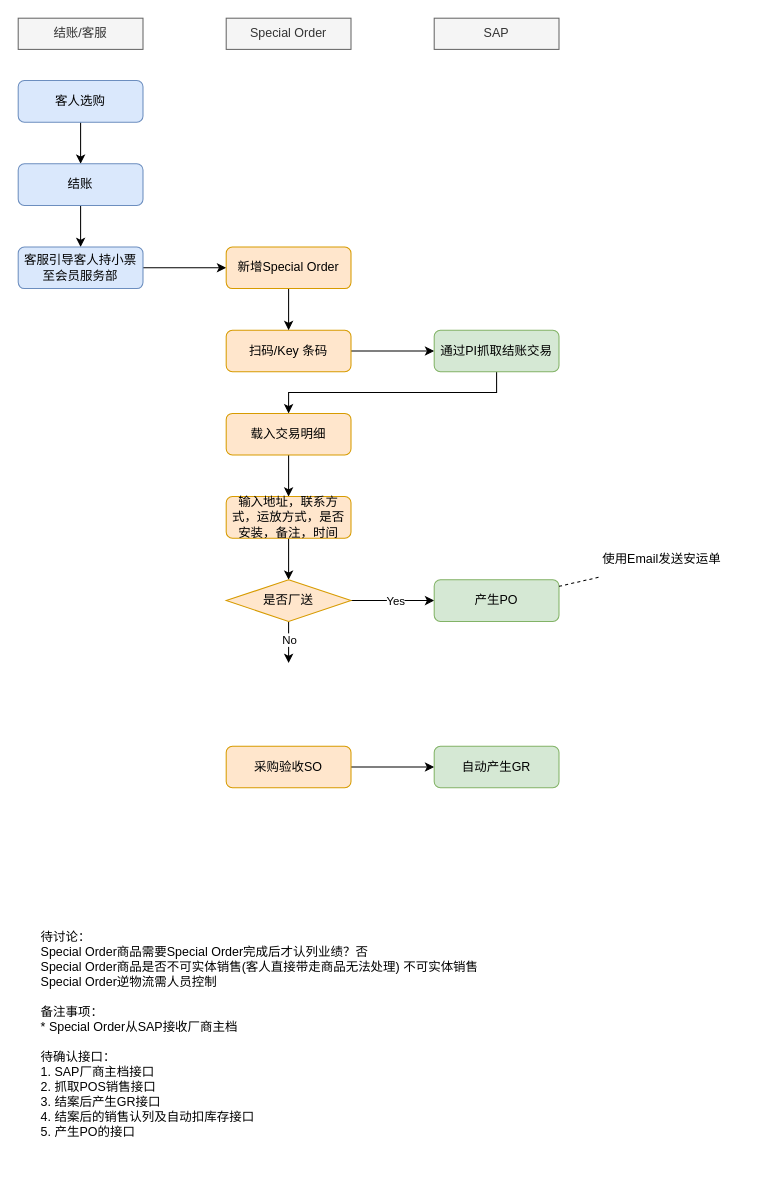
Above: Special Order.drawio in luss613/draw.io (draw.io), before the change. Source tidied: cells renumbered, new cells numbered last; positions are measured from the earlier drawing's top-left corner, leaving out a move shared by most shapes. Both pictures are drawn from the tidied source at 104%, with x=0, y=0 at pixel (18, 18).
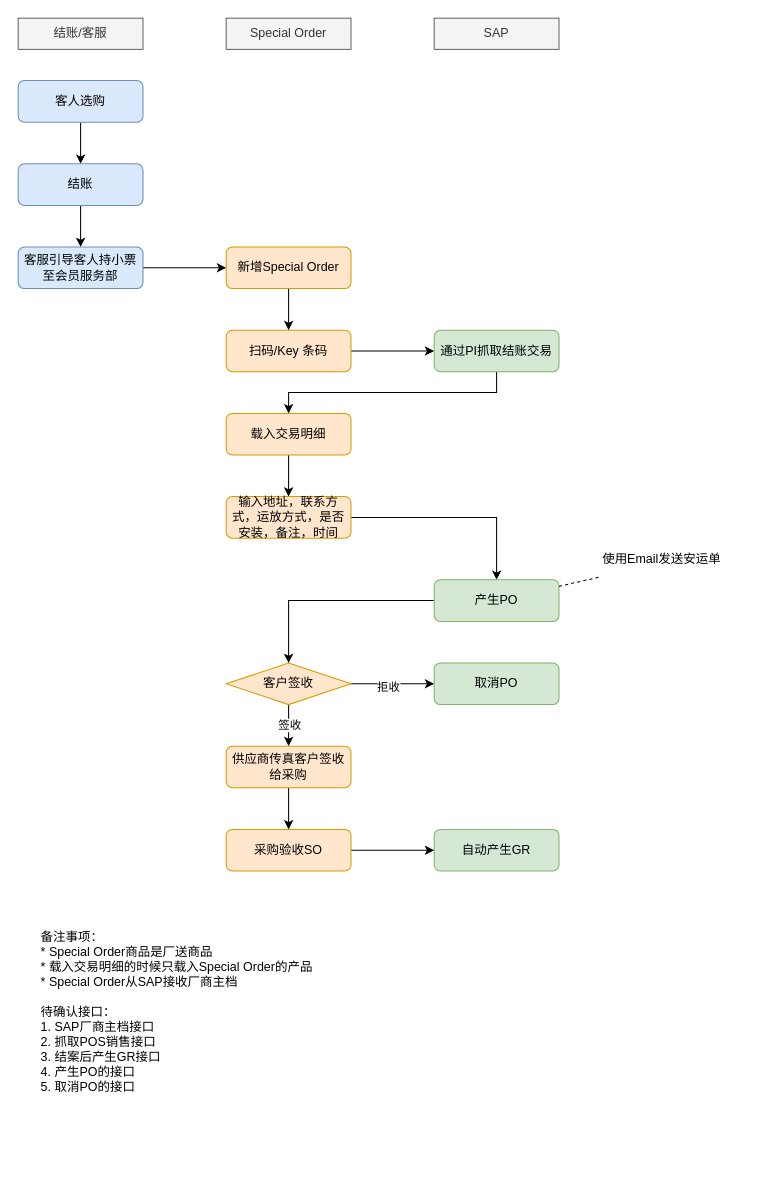
The same page after the edit.

Unchanged cells that the change refers to:
```xml
<mxCell id="17" value="输入地址，联系方式，运放方式，是否安装，备注，时间" style="rounded=1;whiteSpace=wrap;html=1;fontSize=12;glass=0;strokeWidth=1;shadow=0;fillColor=#ffe6cc;strokeColor=#d79b00;" parent="1" vertex="1">
  <mxGeometry x="200" y="460" width="120" height="40" as="geometry" />
</mxCell>
<mxCell id="23" value="产生PO" style="rounded=1;whiteSpace=wrap;html=1;fontSize=12;glass=0;strokeWidth=1;shadow=0;fillColor=#d5e8d4;strokeColor=#82b366;" parent="1" vertex="1">
  <mxGeometry x="400" y="540" width="120" height="40" as="geometry" />
</mxCell>
```

Diff of the diagram source:
```diff
@@
-    <mxCell id="16" style="edgeStyle=orthogonalEdgeStyle;rounded=0;jettySize=auto;html=1;" parent="1" edge="1" source="17" target="22">
+    <mxCell id="16" style="edgeStyle=orthogonalEdgeStyle;rounded=0;jettySize=auto;html=1;" parent="1" edge="1" source="17" target="23">
       <mxGeometry relative="1" as="geometry" />
     </mxCell>
@@
-    <mxCell id="18" style="edgeStyle=orthogonalEdgeStyle;rounded=0;jettySize=auto;html=1;" parent="1" edge="1" source="22" target="23">
-      <mxGeometry relative="1" as="geometry" />
-    </mxCell>
-    <mxCell id="19" value="Yes" style="edgeLabel;html=1;align=center;verticalAlign=middle;" parent="18" vertex="1">
-      <mxGeometry x="0.05" relative="1" as="geometry" />
-    </mxCell>
-    <mxCell id="20" style="edgeStyle=orthogonalEdgeStyle;rounded=0;jettySize=auto;html=1;" parent="1" edge="1" source="22">
-      <mxGeometry relative="1" as="geometry">
-        <mxPoint x="260" y="620" as="targetPoint" />
-      </mxGeometry>
-    </mxCell>
-    <mxCell id="21" value="No" style="edgeLabel;html=1;align=center;verticalAlign=middle;" parent="20" vertex="1">
-      <mxGeometry x="-0.15" relative="1" as="geometry" />
-    </mxCell>
+    <mxCell id="33" style="edgeStyle=orthogonalEdgeStyle;rounded=0;jettySize=auto;html=1;exitX=1;exitY=0.5;exitDx=0;exitDy=0;" parent="1" edge="1" source="22" target="38">
+      <mxGeometry relative="1" as="geometry" />
+    </mxCell>
+    <mxCell id="34" value="拒收" style="edgeLabel;html=1;align=center;verticalAlign=middle;" parent="33" vertex="1">
+      <mxGeometry x="-0.12" y="-2" relative="1" as="geometry" />
+    </mxCell>
+    <mxCell id="35" style="edgeStyle=orthogonalEdgeStyle;rounded=0;jettySize=auto;html=1;" parent="1" edge="1" source="22" target="27">
+      <mxGeometry relative="1" as="geometry" />
+    </mxCell>
+    <mxCell id="36" value="签收" style="edgeLabel;html=1;align=center;verticalAlign=middle;" parent="35" vertex="1">
+      <mxGeometry x="-0.05" relative="1" as="geometry" />
+    </mxCell>
-    <mxCell id="22" value="是否厂送" style="rhombus;whiteSpace=wrap;html=1;fillColor=#ffe6cc;strokeColor=#d79b00;" parent="1" vertex="1">
-      <mxGeometry x="200" y="540" width="120" height="40" as="geometry" />
+    <mxCell id="22" value="客户签收" style="rhombus;whiteSpace=wrap;html=1;fillColor=#ffe6cc;strokeColor=#d79b00;" parent="1" vertex="1">
+      <mxGeometry x="200" y="620" width="120" height="40" as="geometry" />
     </mxCell>
+    <mxCell id="37" style="edgeStyle=orthogonalEdgeStyle;rounded=0;jettySize=auto;html=1;" parent="1" edge="1" source="23" target="22">
+      <mxGeometry relative="1" as="geometry" />
+    </mxCell>
@@
-    <mxCell id="26" style="edgeStyle=orthogonalEdgeStyle;rounded=0;jettySize=auto;html=1;" parent="1" edge="1" source="27" target="28">
-      <mxGeometry relative="1" as="geometry" />
+    <mxCell id="26" style="edgeStyle=orthogonalEdgeStyle;rounded=0;jettySize=auto;html=1;" parent="1" edge="1" source="27">
+      <mxGeometry relative="1" as="geometry">
+        <mxPoint x="260" y="780" as="targetPoint" />
+      </mxGeometry>
     </mxCell>
-    <mxCell id="27" value="采购验收SO" style="rounded=1;whiteSpace=wrap;html=1;fontSize=12;glass=0;strokeWidth=1;shadow=0;fillColor=#ffe6cc;strokeColor=#d79b00;" parent="1" vertex="1">
+    <mxCell id="27" value="供应商传真客户签收给采购" style="rounded=1;whiteSpace=wrap;html=1;fontSize=12;glass=0;strokeWidth=1;shadow=0;fillColor=#ffe6cc;strokeColor=#d79b00;" parent="1" vertex="1">
       <mxGeometry x="200" y="700" width="120" height="40" as="geometry" />
     </mxCell>
     <mxCell id="28" value="自动产生GR" style="rounded=1;whiteSpace=wrap;html=1;fontSize=12;glass=0;strokeWidth=1;shadow=0;fillColor=#d5e8d4;strokeColor=#82b366;" parent="1" vertex="1">
-      <mxGeometry x="400" y="700" width="120" height="40" as="geometry" />
+      <mxGeometry x="400" y="780" width="120" height="40" as="geometry" />
     </mxCell>
-    <mxCell id="29" value="待讨论：&lt;br&gt;Special Order商品需要Special Order完成后才认列业绩？否&lt;br&gt;Special Order商品是否不可实体销售(客人直接带走商品无法处理) 不可实体销售&lt;br&gt;Special Order逆物流需人员控制&amp;nbsp;&lt;br&gt;&lt;br&gt;备注事项：&lt;br&gt;* Special Order从SAP接收厂商主档&lt;br&gt;&lt;br&gt;待确认接口：&lt;br&gt;1. SAP厂商主档接口&lt;br&gt;2. 抓取POS销售接口&lt;br&gt;3. 结案后产生GR接口&lt;br&gt;4. 结案后的销售认列及自动扣库存接口&lt;br&gt;5. 产生PO的接口" style="text;html=1;strokeColor=none;fillColor=none;align=left;verticalAlign=top;whiteSpace=wrap;rounded=0;" parent="1" vertex="1">
+    <mxCell id="29" value="备注事项：&lt;br&gt;* Special Order商品是厂送商品&lt;br&gt;* 载入交易明细的时候只载入Special Order的产品&lt;br&gt;* Special Order从SAP接收厂商主档&lt;br&gt;&lt;br&gt;待确认接口：&lt;br&gt;1. SAP厂商主档接口&lt;br&gt;2. 抓取POS销售接口&lt;br&gt;3. 结案后产生GR接口&lt;br&gt;4. 产生PO的接口&lt;br&gt;5. 取消PO的接口" style="text;html=1;strokeColor=none;fillColor=none;align=left;verticalAlign=top;whiteSpace=wrap;rounded=0;" parent="1" vertex="1">
       <mxGeometry x="20" y="870" width="640" height="250" as="geometry" />
     </mxCell>
@@
+    <mxCell id="38" value="取消PO" style="rounded=1;whiteSpace=wrap;html=1;fontSize=12;glass=0;strokeWidth=1;shadow=0;fillColor=#d5e8d4;strokeColor=#82b366;" parent="1" vertex="1">
+      <mxGeometry x="400" y="620" width="120" height="40" as="geometry" />
+    </mxCell>
+    <mxCell id="39" style="edgeStyle=orthogonalEdgeStyle;rounded=0;jettySize=auto;html=1;" parent="1" edge="1" source="40" target="28">
+      <mxGeometry relative="1" as="geometry" />
+    </mxCell>
+    <mxCell id="40" value="采购验收SO" style="rounded=1;whiteSpace=wrap;html=1;fontSize=12;glass=0;strokeWidth=1;shadow=0;fillColor=#ffe6cc;strokeColor=#d79b00;" parent="1" vertex="1">
+      <mxGeometry x="200" y="780" width="120" height="40" as="geometry" />
+    </mxCell>
```
